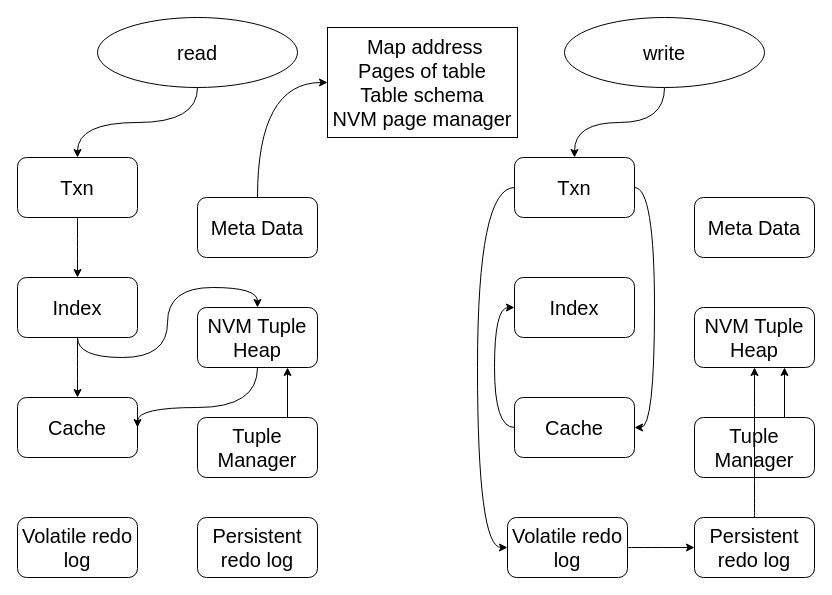
Earlier version of the draw.io diagram NVM.drawio (rehoboan/Draw-Files). Source tidied: cells renumbered, new cells numbered last; positions are measured from the earlier drawing's top-left corner, leaving out a move shared by most shapes. Both pictures are drawn from the tidied source at 100%, with x=0, y=0 at pixel (17, 17).
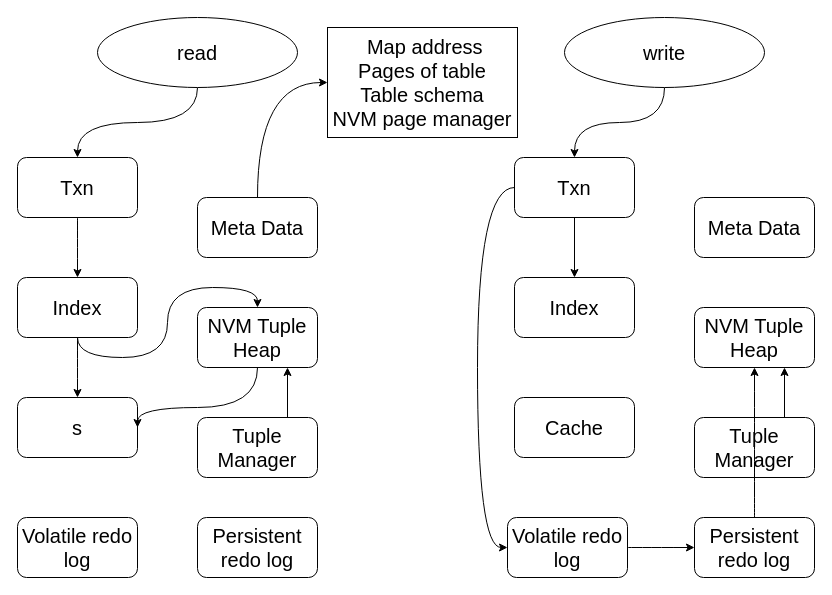
The same diagram, later.

The change refers to these unchanged cells:
```xml
<mxCell id="21" value="Txn" style="rounded=1;whiteSpace=wrap;html=1;fontSize=20;" parent="1" vertex="1">
  <mxGeometry x="497" y="140" width="120" height="60" as="geometry" />
</mxCell>
<mxCell id="22" value="Index" style="rounded=1;whiteSpace=wrap;html=1;fontSize=20;" parent="1" vertex="1">
  <mxGeometry x="497" y="260" width="120" height="60" as="geometry" />
</mxCell>
<mxCell id="24" value="Cache" style="rounded=1;whiteSpace=wrap;html=1;fontSize=20;" parent="1" vertex="1">
  <mxGeometry x="497" y="380" width="120" height="60" as="geometry" />
</mxCell>
```

The edit, as a diff of the source:
```diff
@@
-    <mxCell id="9" value="Cache" style="rounded=1;whiteSpace=wrap;html=1;fontSize=20;" parent="1" vertex="1">
+    <mxCell id="9" value="s" style="rounded=1;whiteSpace=wrap;html=1;fontSize=20;" parent="1" vertex="1">
       <mxGeometry y="380" width="120" height="60" as="geometry" />
     </mxCell>
@@
-    <mxCell id="19" style="edgeStyle=orthogonalEdgeStyle;curved=1;rounded=0;jettySize=auto;html=1;exitX=1;exitY=0.5;exitDx=0;exitDy=0;entryX=1;entryY=0.5;entryDx=0;entryDy=0;fontSize=20;" parent="1" edge="1" source="21" target="24">
-      <mxGeometry relative="1" as="geometry" />
-    </mxCell>
@@
+    <mxCell id="35" style="edgeStyle=orthogonalEdgeStyle;rounded=0;jettySize=auto;html=1;exitX=0.5;exitY=1;exitDx=0;exitDy=0;" parent="1" edge="1" source="21" target="22">
+      <mxGeometry relative="1" as="geometry" />
+    </mxCell>
@@
-    <mxCell id="23" style="edgeStyle=orthogonalEdgeStyle;curved=1;rounded=0;jettySize=auto;html=1;exitX=0;exitY=0.5;exitDx=0;exitDy=0;entryX=0;entryY=0.5;entryDx=0;entryDy=0;fontSize=20;" parent="1" edge="1" source="24" target="22">
-      <mxGeometry relative="1" as="geometry" />
-    </mxCell>
```
